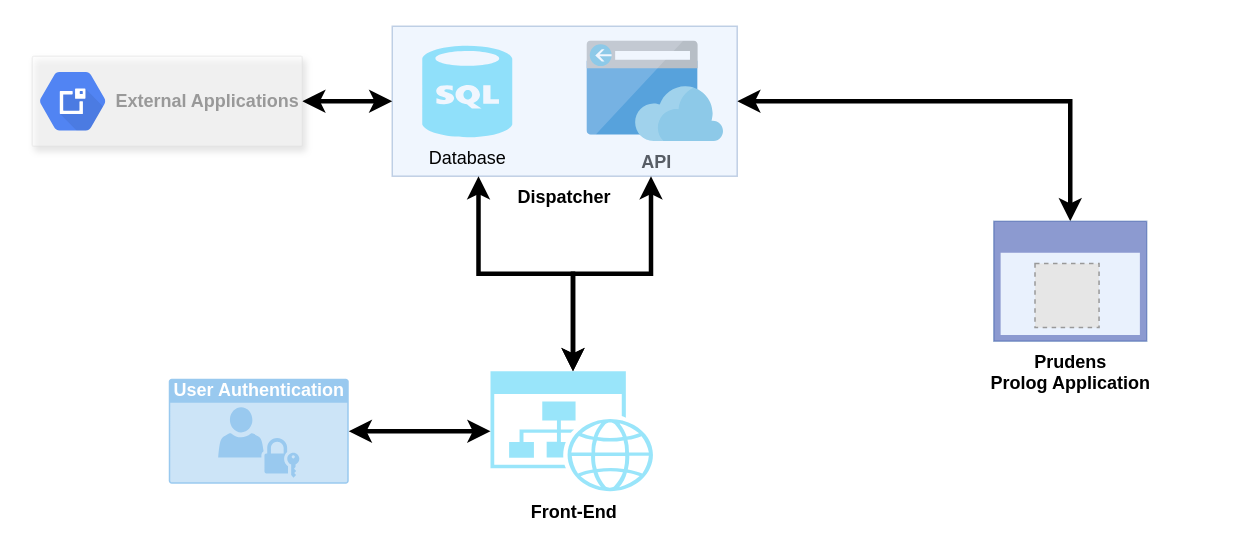
This is PrudensX_architecture.drawio from chrodos/prudensx_diagram, a draw.io file, before an edit. Source tidied: cells renumbered, new cells numbered last; positions are measured from the earlier drawing's top-left corner, leaving out a move shared by most shapes. Both pictures are drawn from the tidied source at 150%, with x=0, y=0 at pixel (32, 26). Pictures stored in the file or linked from it are replaced by grey dashed boxes.
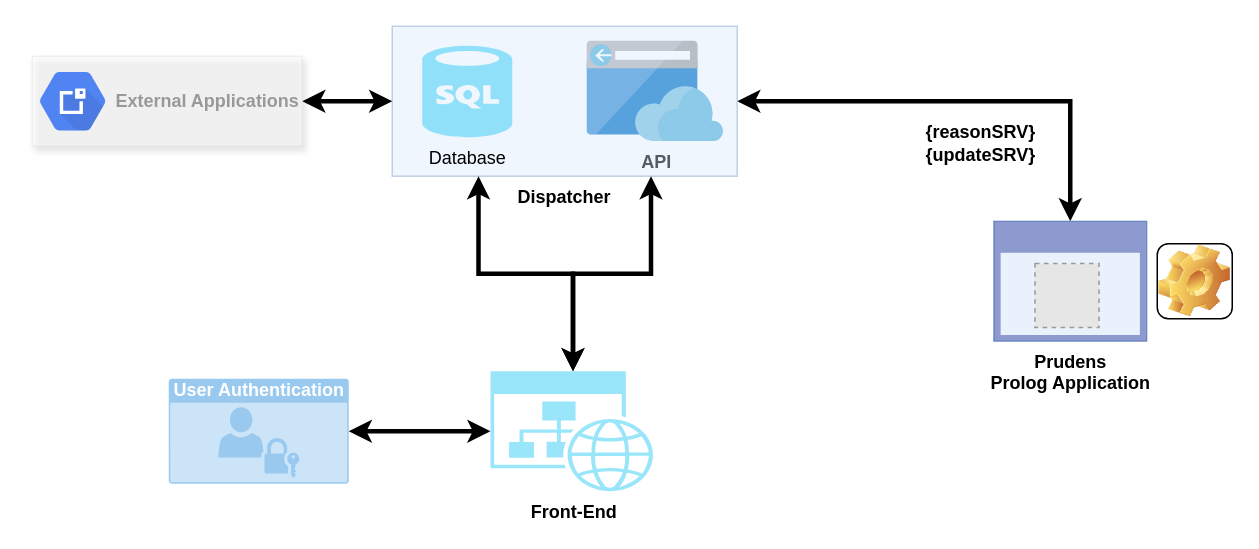
After the change.

Change to the diagram source:
```diff
@@
 <mxGraphModel>
   <root>
     <mxCell id="0" />
     <mxCell id="1" parent="0" />
     <mxCell id="2" style="edgeStyle=orthogonalEdgeStyle;rounded=0;jettySize=auto;html=1;startArrow=classic;startFill=1;strokeWidth=3;exitX=1;exitY=0.5;exitDx=0;exitDy=0;entryX=0.5;entryY=0;entryDx=0;entryDy=0;entryPerimeter=0;" parent="1" edge="1" source="4" target="16">
       <mxGeometry relative="1" as="geometry" />
     </mxCell>
     <mxCell id="3" value="&lt;b&gt;API&lt;/b&gt;" style="html=1;perimeter=none;align=center;shadow=0;dashed=0;image;fontSize=12;image=img/lib/mscae/App_Service_Frontend.svg;" parent="1" vertex="1">
       <mxGeometry x="370" y="10" width="91" height="67" as="geometry" />
     </mxCell>
     <mxCell id="4" value="&lt;b&gt;Dispatcher&lt;/b&gt;" style="rounded=0;whiteSpace=wrap;html=1;fillColor=#dae8fc;strokeColor=#6c8ebf;opacity=40;labelPosition=center;verticalLabelPosition=bottom;align=center;verticalAlign=top;" parent="1" vertex="1">
       <mxGeometry x="240" width="230" height="100" as="geometry" />
     </mxCell>
     <mxCell id="5" value="Database" style="verticalLabelPosition=bottom;html=1;verticalAlign=top;align=center;strokeColor=none;fillColor=#00BEF2;shape=mxgraph.azure.sql_database;opacity=40;" parent="1" vertex="1">
       <mxGeometry x="260" y="13" width="60" height="61" as="geometry" />
     </mxCell>
     <mxCell id="6" style="edgeStyle=orthogonalEdgeStyle;rounded=0;jettySize=auto;html=1;exitX=0.5;exitY=0;exitDx=0;exitDy=0;exitPerimeter=0;entryX=0.25;entryY=1;entryDx=0;entryDy=0;startArrow=classic;startFill=1;strokeWidth=3;" parent="1" edge="1" source="8" target="4">
       <mxGeometry relative="1" as="geometry" />
     </mxCell>
     <mxCell id="7" style="edgeStyle=orthogonalEdgeStyle;rounded=0;jettySize=auto;html=1;exitX=0.5;exitY=0;exitDx=0;exitDy=0;exitPerimeter=0;entryX=0.75;entryY=1;entryDx=0;entryDy=0;startArrow=classic;startFill=1;strokeWidth=3;" parent="1" edge="1" source="8" target="4">
       <mxGeometry relative="1" as="geometry" />
     </mxCell>
     <mxCell id="8" value="&lt;b&gt;Front-End&lt;/b&gt;" style="verticalLabelPosition=bottom;html=1;verticalAlign=top;align=center;strokeColor=none;fillColor=#00BEF2;shape=mxgraph.azure.website_generic;opacity=40;" parent="1" vertex="1">
       <mxGeometry x="305.5" y="230" width="110" height="80" as="geometry" />
     </mxCell>
     <mxCell id="9" style="edgeStyle=orthogonalEdgeStyle;rounded=0;jettySize=auto;html=1;exitX=1;exitY=0.5;exitDx=0;exitDy=0;exitPerimeter=0;entryX=0;entryY=0.5;entryDx=0;entryDy=0;entryPerimeter=0;startArrow=classic;startFill=1;strokeWidth=3;" parent="1" edge="1" source="10" target="8">
       <mxGeometry relative="1" as="geometry" />
     </mxCell>
     <mxCell id="10" value="&lt;b&gt;User Authentication&lt;/b&gt;" style="html=1;strokeColor=none;fillColor=#0079D6;labelPosition=center;verticalLabelPosition=middle;verticalAlign=top;align=center;fontSize=12;outlineConnect=0;spacingTop=-6;fontColor=#FFFFFF;shape=mxgraph.sitemap.login;opacity=40;" parent="1" vertex="1">
       <mxGeometry x="91" y="235" width="120" height="70" as="geometry" />
     </mxCell>
     <mxCell id="11" style="edgeStyle=orthogonalEdgeStyle;rounded=0;jettySize=auto;html=1;exitX=1;exitY=0.5;exitDx=0;exitDy=0;entryX=0;entryY=0.5;entryDx=0;entryDy=0;startArrow=classic;startFill=1;strokeWidth=3;" parent="1" edge="1" source="12" target="4">
       <mxGeometry relative="1" as="geometry" />
     </mxCell>
     <mxCell id="12" style="strokeColor=#dddddd;fillColor=#ffffff;shadow=1;strokeWidth=1;rounded=1;absoluteArcSize=1;arcSize=2;opacity=40;" parent="1" vertex="1">
       <mxGeometry y="20" width="180" height="60" as="geometry" />
     </mxCell>
     <mxCell id="13" value="&lt;b&gt;External Applications&lt;/b&gt;" style="dashed=0;html=1;fillColor=#5184F3;strokeColor=none;shape=mxgraph.gcp2.cloud_external_ip_addresses;labelPosition=right;verticalLabelPosition=middle;align=left;verticalAlign=middle;spacingLeft=5;fontColor=#999999;fontSize=12;" parent="12" vertex="1">
       <mxGeometry y="0.5" width="44" height="39" relative="1" as="geometry">
         <mxPoint x="5" y="-19.5" as="offset" />
       </mxGeometry>
     </mxCell>
     <mxCell id="14" style="group;fillColor=#dae8fc;strokeColor=#6c8ebf;opacity=60;" parent="1" vertex="1">
       <mxGeometry x="641" y="130" width="102" height="80" as="geometry" />
     </mxCell>
     <mxCell id="15" style="fillColor=#E6E6E6;strokeColor=#999999;dashed=1;verticalLabelPosition=bottom;verticalAlign=top;" parent="14" vertex="1">
       <mxGeometry x="27.5" y="28.2" width="42.7" height="42.7" as="geometry" />
     </mxCell>
     <mxCell id="16" value="&lt;div&gt;&lt;b&gt;Prudens&lt;/b&gt;&lt;/div&gt;&lt;div&gt;&lt;b&gt;Prolog Application&lt;br&gt;&lt;/b&gt;&lt;/div&gt;" style="shadow=0;dashed=0;html=1;strokeColor=none;labelPosition=center;verticalLabelPosition=bottom;verticalAlign=top;align=center;shape=mxgraph.mscae.enterprise.application_blank;fillColor=#00188D;opacity=40;" parent="14" vertex="1">
       <mxGeometry width="102" height="80" as="geometry" />
     </mxCell>
+    <mxCell id="17" value="&lt;br&gt;&lt;div&gt;&lt;b&gt;{reasonSRV}&lt;/b&gt;&lt;/div&gt;&lt;div&gt;&lt;b&gt;{updateSRV}&lt;/b&gt;&lt;br&gt;&lt;/div&gt;" style="text;html=1;strokeColor=none;fillColor=none;spacing=5;spacingTop=-20;whiteSpace=wrap;overflow=hidden;rounded=0;" parent="1" vertex="1">
+      <mxGeometry x="591" y="60" width="99" height="40" as="geometry" />
+    </mxCell>
+    <mxCell id="18" style="icon;html=1;image=img/clipart/Gear_128x128.png;" parent="1" vertex="1">
+      <mxGeometry x="750" y="145" width="50" height="50" as="geometry" />
+    </mxCell>
   </root>
 </mxGraphModel>
```
